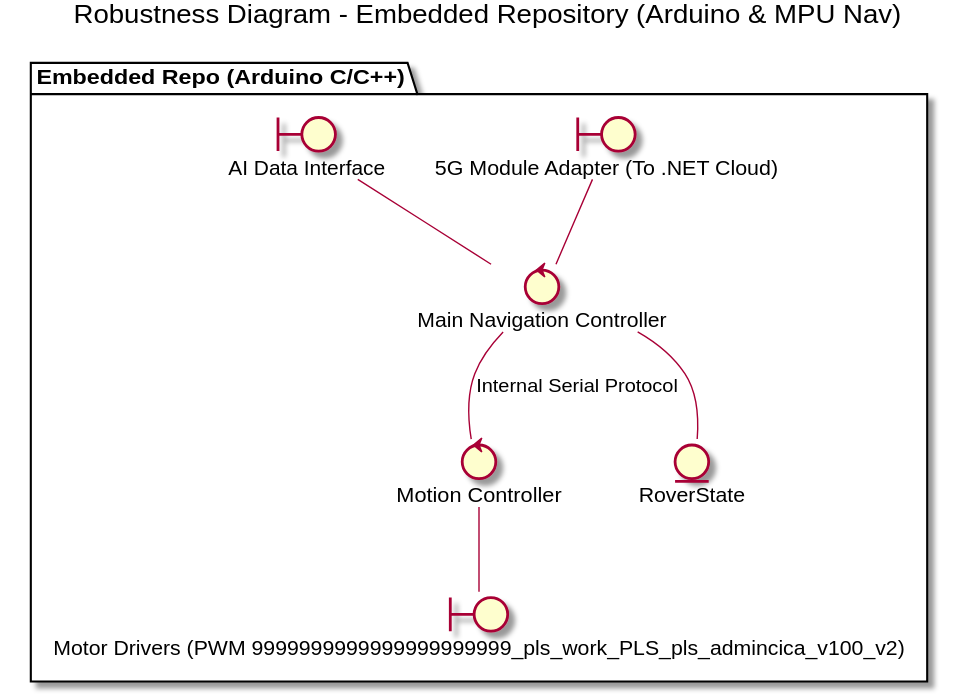
Before: img/embedded_bce.svg, a diagram exported from PlantUML (NOKIA-5G-SOS-Rover/Integrator). Source of this version:
```plantuml
@startuml embedded_bce
title Robustness Diagram - Embedded Repository (Arduino & MPU Nav)

skinparam backgroundColor white
skinparam componentStyle uml2

package "Embedded Repo (Arduino C/C++)" {
    boundary "5G Module Adapter (To .NET Cloud)" as 5GBnd
    boundary "Motor Drivers (PWM 9999999999999999999999_pls_work_PLS_pls_admincica_v100_v2)" as MotorBnd
    boundary "AI Data Interface" as AIBnd

    control "Main Navigation Controller" as NavCtrl
    control "Motion Controller" as MotionCtrl

    entity "RoverState" as StateEnt

    5GBnd -- NavCtrl
    AIBnd -- NavCtrl
    NavCtrl -- StateEnt

    NavCtrl -- MotionCtrl : Internal Serial Protocol
    MotionCtrl -- MotorBnd
}
@enduml
```
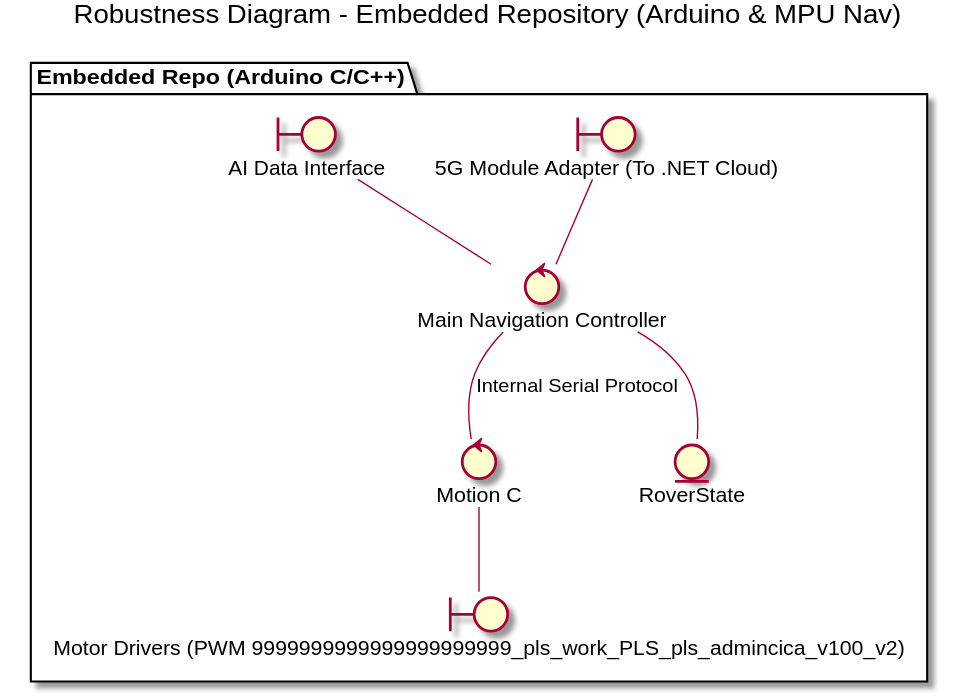
After the change.

Commit message:
chore: auto-generate SVG diagrams [skip ci]

What changed in the source:
```diff
@@ -10,7 +10,7 @@
     boundary "AI Data Interface" as AIBnd
 
     control "Main Navigation Controller" as NavCtrl
-    control "Motion Controller" as MotionCtrl
+    control "Motion C" as MotionCtrl
 
     entity "RoverState" as StateEnt
 
```
